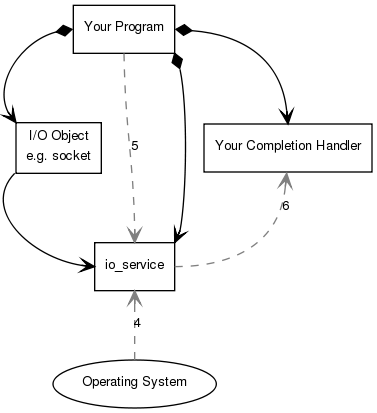
The Graphviz diagram doc/overview/async_op2.png in boostorg/asio, before a commit. Its source is kept beside it as doc/overview/async_op2.dot.
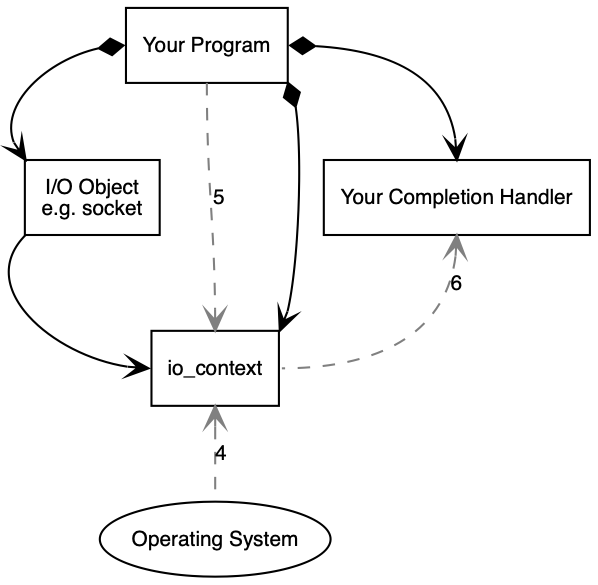
Later version of the same file.

Commit message:
rename io_service to io_context in dot graphs, add a Makefile to generate PNG images from dot graphs.

The edit, as a diff of the source:
```diff
@@ -27,43 +27,35 @@
 
   {
     operating_system [ label="Operating System", shape=ellipse ];
-    io_service [ label="io_service" ];
+    io_context [ label="io_context" ];
     io_object [ label="I/O Object\ne.g. socket" ];
     your_program [ label="Your Program" ];
     your_completion_handler [ label="Your Completion Handler" ];
   }
 
   {
-    edge [ arrowtail="diamond" ];
+    edge [ arrowtail=diamond, dir=both ];
     your_program:e -> your_completion_handler:n;
     your_program:w -> io_object:nw;
-    your_program:se -> io_service:ne;
+    your_program:se -> io_context:ne;
   }
 
   {
-    io_object:sw -> io_service:w;
+    io_object:sw -> io_context:w;
   }
 
   {
     edge [ style="dashed", color="#808080" ];
 
     {
-      your_program:s -> io_service:n [ label="5" ];
+      your_program:s -> io_context:n [ label="5" ];
     }
 
     {
-      edge [ arrowhead="none", arrowtail="open" ];
-      io_service:s -> operating_system:n [ label="4" ];
-      your_completion_handler:s -> io_service:e [ label="6" ];
+      edge [ arrowhead=none, arrowtail=open, dir=back ];
+      io_context:s -> operating_system:n [ label="4" ];
+      your_completion_handler:s -> io_context:e [ label="6" ];
     }
   }
 
-  {
-    edge [ style="invis" ];
-
-    {
-      your_program:sw -> io_object:n [ label="1" ];
-      io_object:s -> io_service:nw [ label="2" ];
-    }
-  }
 }
```
